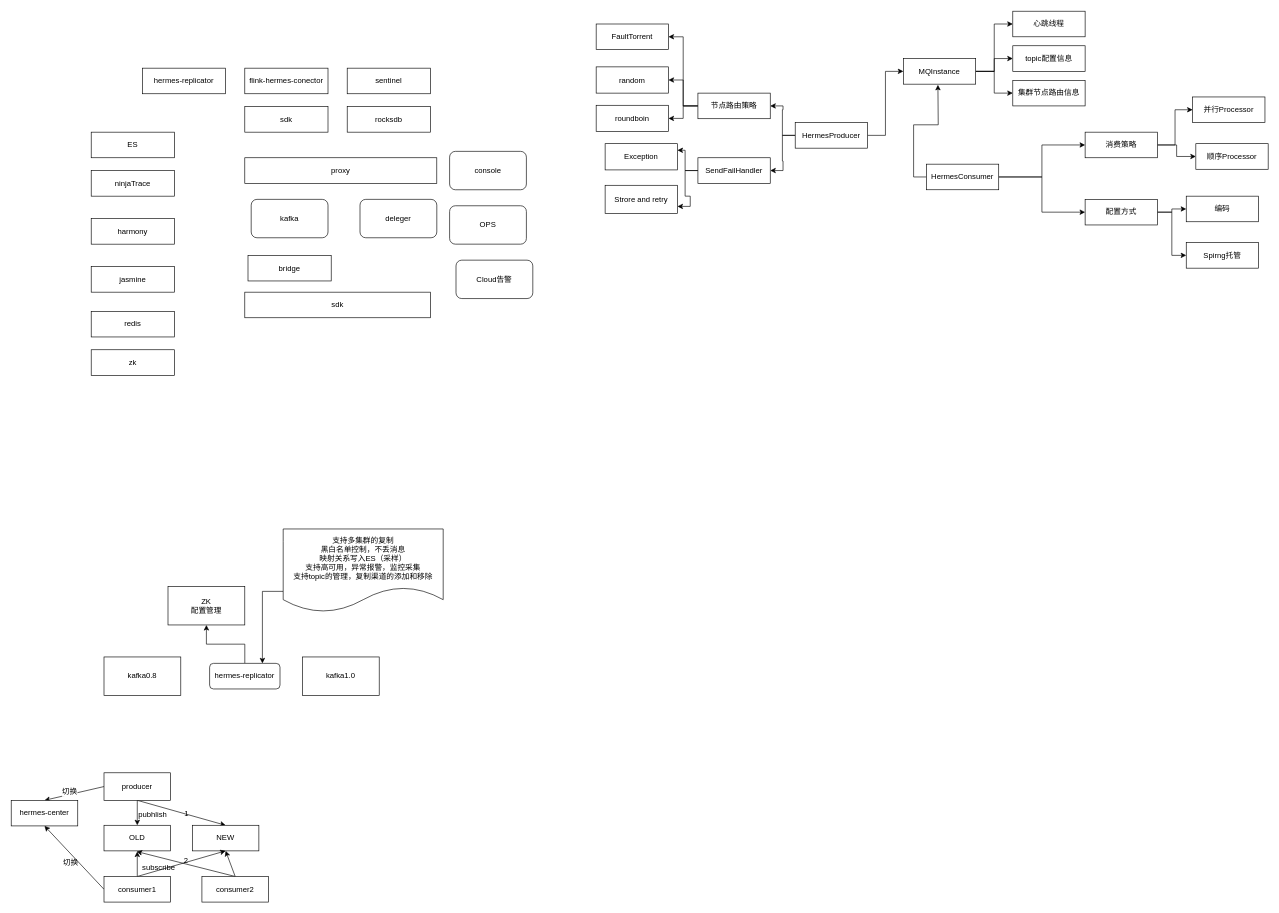
MihirrajDixit/drawio keeps this draw.io diagram as hermes.drawio. Above is the earlier version. Source tidied: cells renumbered, new cells numbered last; positions are measured from the earlier drawing's top-left corner, leaving out a move shared by most shapes. Both pictures are drawn from the tidied source at 64%, with x=0, y=0 at pixel (11, 11).
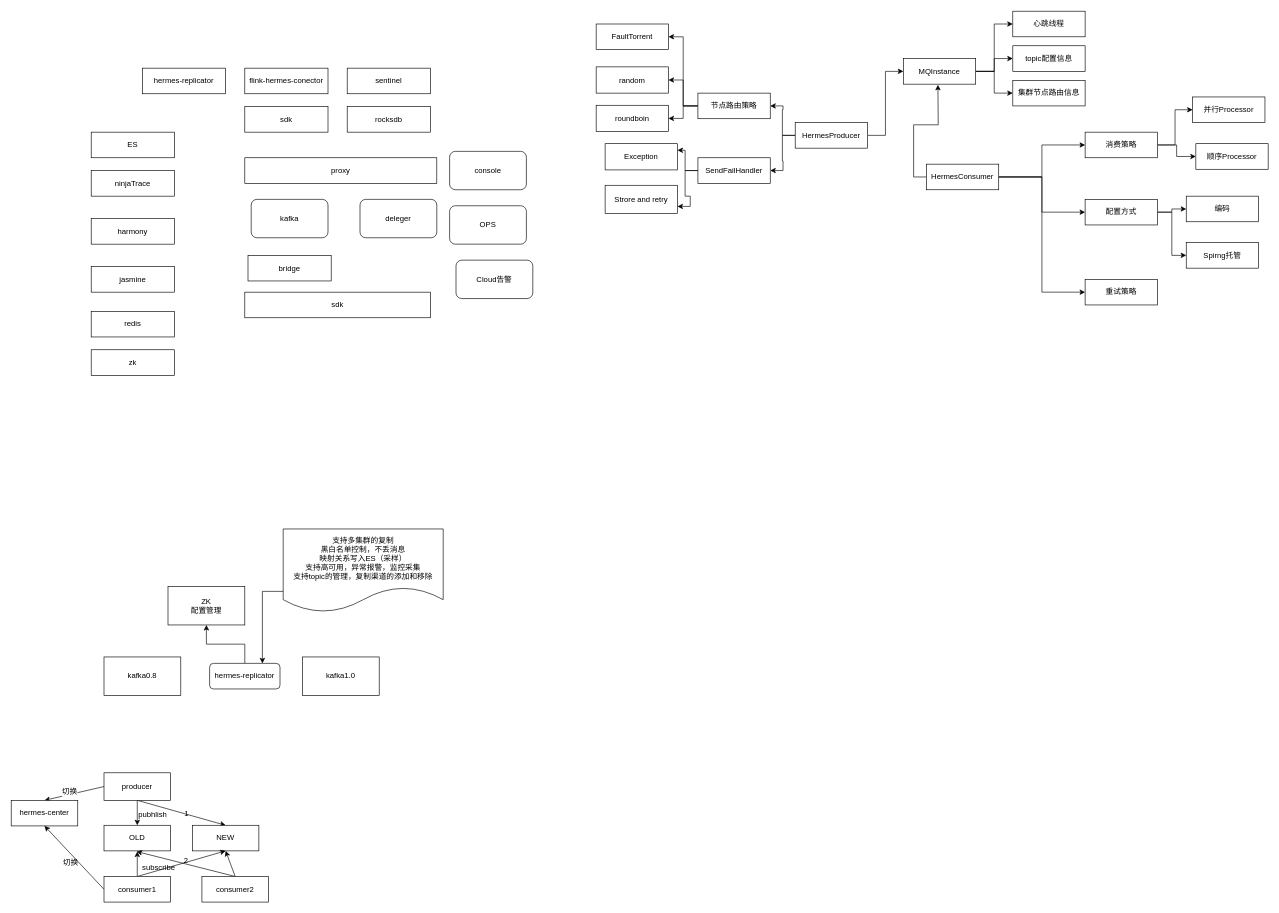
After the change.

The change refers to these unchanged cells:
```xml
<mxCell id="55" value="HermesConsumer" style="rounded=0;whiteSpace=wrap;html=1;" parent="1" vertex="1">
  <mxGeometry x="1430" y="239" width="113" height="40" as="geometry" />
</mxCell>
```

Change to the diagram source:
```diff
@@
+    <mxCell id="85" style="edgeStyle=orthogonalEdgeStyle;rounded=0;jettySize=auto;html=1;exitX=1;exitY=0.5;exitDx=0;exitDy=0;entryX=0;entryY=0.5;entryDx=0;entryDy=0;" parent="1" edge="1" source="55" target="86">
+      <mxGeometry relative="1" as="geometry" />
+    </mxCell>
@@
+    <mxCell id="86" value="重试策略" style="rounded=0;whiteSpace=wrap;html=1;" parent="1" vertex="1">
+      <mxGeometry x="1678" y="419" width="113" height="40" as="geometry" />
+    </mxCell>
```
